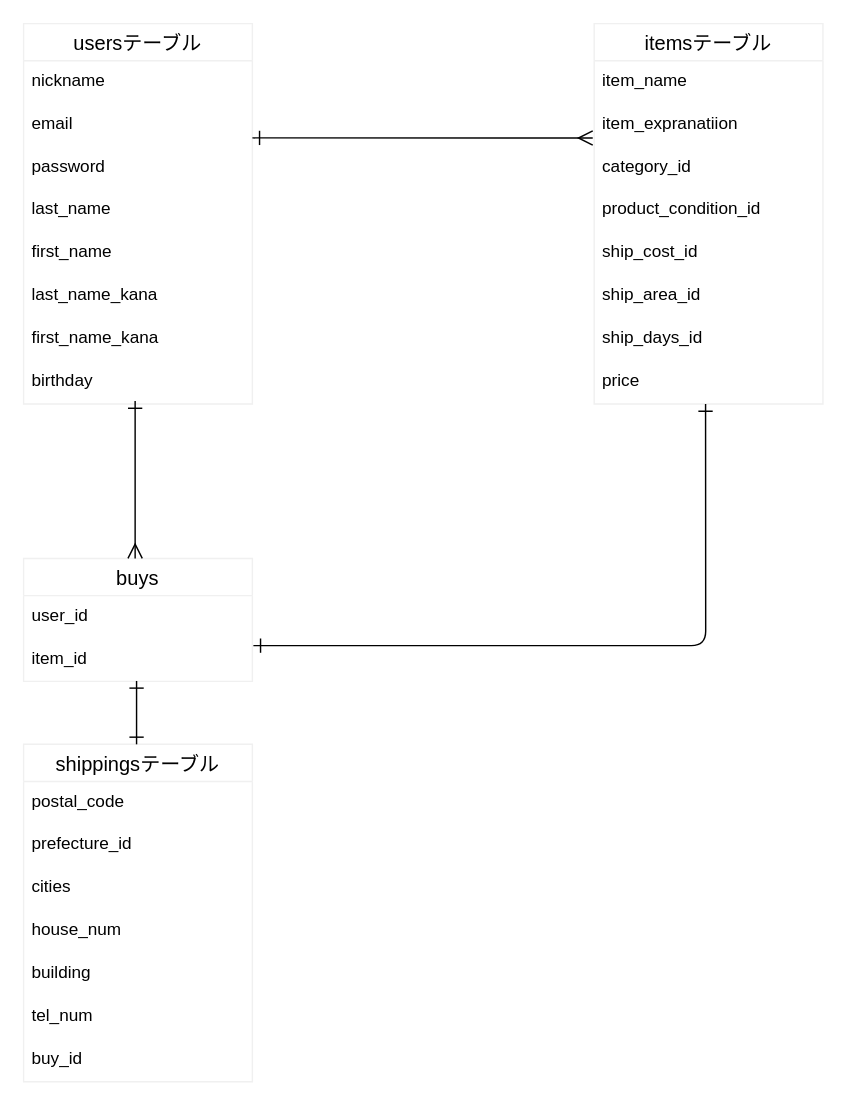
Above: er_figure.dio in usaginoshippo/furima-36863 (draw.io), before the change. Source tidied: cells renumbered, new cells numbered last; positions are measured from the earlier drawing's top-left corner, leaving out a move shared by most shapes. Both pictures are drawn from the tidied source at 143%, with x=0, y=0 at pixel (23, 23).
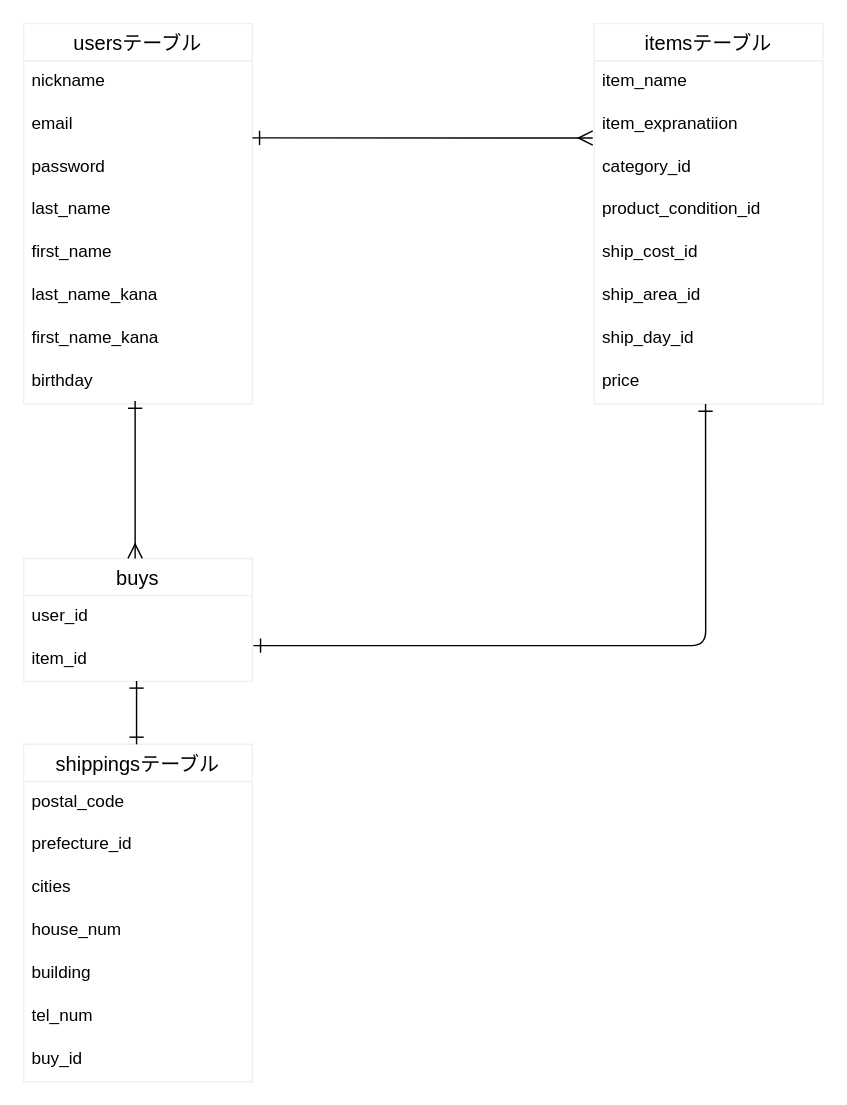
Above is the later version.

Commit message (it also covers changes not shown here):
データベース設計の修正２

The change refers to these unchanged cells:
```xml
<mxCell id="14" value="itemsテーブル" style="swimlane;fontStyle=0;horizontal=1;startSize=26;align=center;fontSize=14;strokeColor=#f0f0f0;" parent="1" vertex="1">
  <mxGeometry x="399" width="160" height="266" as="geometry" />
</mxCell>
```

The edit, as a diff of the source:
```diff
@@
-    <mxCell id="21" value="ship_days_id" style="text;strokeColor=none;fillColor=none;spacingLeft=4;spacingRight=4;overflow=hidden;fontSize=12;" parent="14" vertex="1">
+    <mxCell id="21" value="ship_day_id" style="text;strokeColor=none;fillColor=none;spacingLeft=4;spacingRight=4;overflow=hidden;fontSize=12;" parent="14" vertex="1">
       <mxGeometry y="206" width="160" height="30" as="geometry" />
     </mxCell>
```
